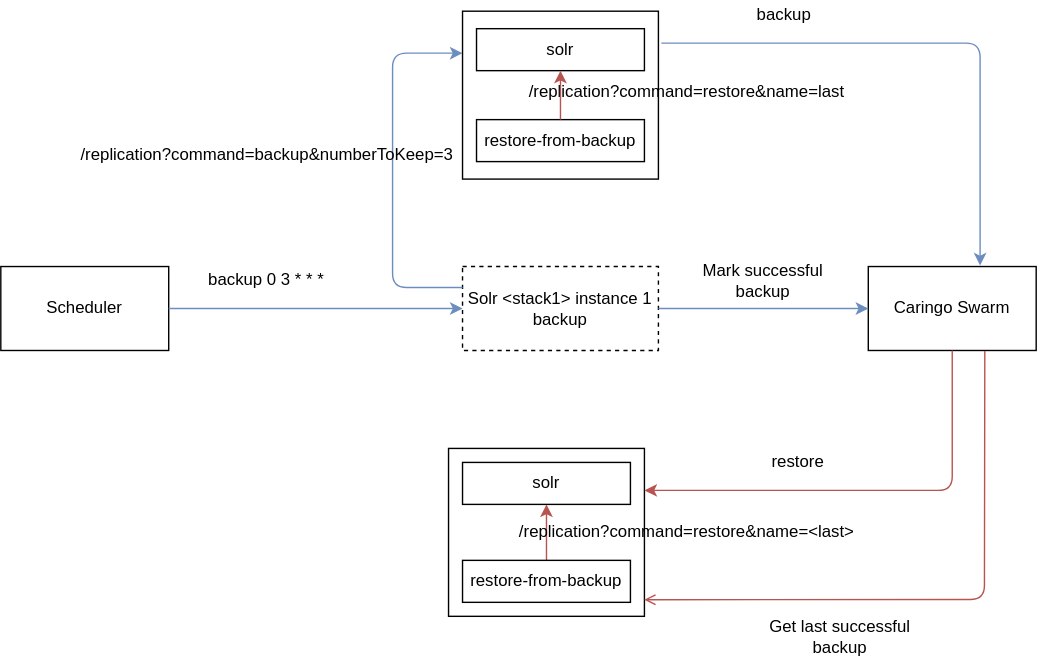
xenit-eu/docker-solr keeps this draw.io diagram as SolrBackup.svg. Above is the earlier version. Source tidied: cells renumbered, new cells last; positions are measured from the earlier drawing's top-left corner, leaving out a move shared by most shapes.
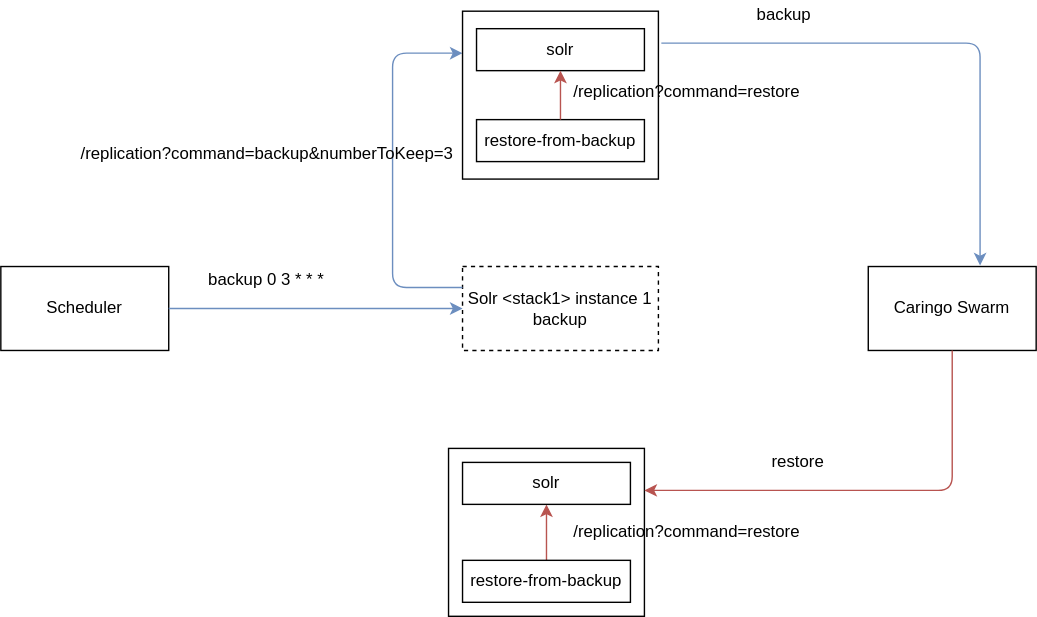
The same file after the commit.

Commit message:
ALFREDOPS-769 Adapted README and diagram.

Change to the diagram source:
```diff
@@ -60,8 +60,8 @@
     <mxCell id="15" value="solr" style="rounded=0;whiteSpace=wrap;html=1;" parent="1" vertex="1">
       <mxGeometry x="330" y="330" width="120" height="30" as="geometry" />
     </mxCell>
-    <mxCell id="16" value="/replication?command=restore&amp;amp;name=&amp;lt;last&amp;gt;" style="text;html=1;align=center;verticalAlign=middle;strokeColor=none;" parent="1" vertex="1">
-      <mxGeometry x="365" y="370" width="250" height="20" as="geometry" />
+    <mxCell id="16" value="/replication?command=restore" style="text;html=1;align=center;verticalAlign=middle;strokeColor=none;" parent="1" vertex="1">
+      <mxGeometry x="400" y="370" width="180" height="20" as="geometry" />
     </mxCell>
     <mxCell id="17" style="group;" parent="1" vertex="1">
       <mxGeometry x="340" y="20" width="270" height="107.5" as="geometry" />
@@ -78,8 +78,8 @@
     <mxCell id="21" value="solr" style="rounded=0;whiteSpace=wrap;html=1;" parent="18" vertex="1">
       <mxGeometry x="10" y="12.5" width="120" height="30" as="geometry" />
     </mxCell>
-    <mxCell id="22" value="/replication?command=restore&amp;amp;name=last" style="text;html=1;align=center;verticalAlign=middle;strokeColor=none;" parent="18" vertex="1">
-      <mxGeometry x="40" y="47.5" width="240" height="20" as="geometry" />
+    <mxCell id="22" value="/replication?command=restore" style="text;html=1;align=center;verticalAlign=middle;strokeColor=none;" parent="18" vertex="1">
+      <mxGeometry x="70" y="47.5" width="180" height="20" as="geometry" />
     </mxCell>
     <mxCell id="23" style="endArrow=classic;html=1;exitX=0.5;exitY=0;exitDx=0;exitDy=0;entryX=0.5;entryY=1;entryDx=0;entryDy=0;fillColor=#f8cecc;strokeColor=#b85450;" parent="18" edge="1" source="20" target="21">
       <mxGeometry relative="1" as="geometry" />
@@ -87,26 +87,5 @@
     <mxCell id="24" value="backup" style="text;html=1;strokeColor=none;fillColor=none;align=center;verticalAlign=middle;whiteSpace=wrap;rounded=0;" parent="18" vertex="1">
       <mxGeometry x="210" y="-7.5" width="40" height="20" as="geometry" />
     </mxCell>
-    <mxCell id="25" style="endArrow=classic;html=1;entryX=0;entryY=0.5;entryDx=0;entryDy=0;edgeStyle=orthogonalEdgeStyle;exitX=1;exitY=0.5;exitDx=0;exitDy=0;fillColor=#dae8fc;strokeColor=#6c8ebf;" parent="1" edge="1" source="4" target="5">
-      <mxGeometry relative="1" as="geometry">
-        <Array as="points">
-          <mxPoint x="580" y="220" />
-          <mxPoint x="580" y="220" />
-        </Array>
-      </mxGeometry>
-    </mxCell>
-    <mxCell id="26" value="Mark successful backup" style="text;html=1;strokeColor=none;fillColor=none;align=center;verticalAlign=middle;whiteSpace=wrap;rounded=0;" parent="1" vertex="1">
-      <mxGeometry x="490" y="190" width="110" height="20" as="geometry" />
-    </mxCell>
-    <mxCell id="27" style="endArrow=none;html=1;exitX=0.999;exitY=0.901;exitDx=0;exitDy=0;exitPerimeter=0;entryX=0.694;entryY=1.006;entryDx=0;entryDy=0;entryPerimeter=0;fillColor=#f8cecc;strokeColor=#b85450;endFill=0;startArrow=open;startFill=0;" parent="1" edge="1" source="2" target="5">
-      <mxGeometry relative="1" as="geometry">
-        <Array as="points">
-          <mxPoint x="703" y="428" />
-        </Array>
-      </mxGeometry>
-    </mxCell>
-    <mxCell id="28" value="Get last successful backup" style="text;html=1;strokeColor=none;fillColor=none;align=center;verticalAlign=middle;whiteSpace=wrap;rounded=0;" parent="1" vertex="1">
-      <mxGeometry x="540" y="440" width="120" height="30" as="geometry" />
-    </mxCell>
   </root>
 </mxGraphModel>
```
